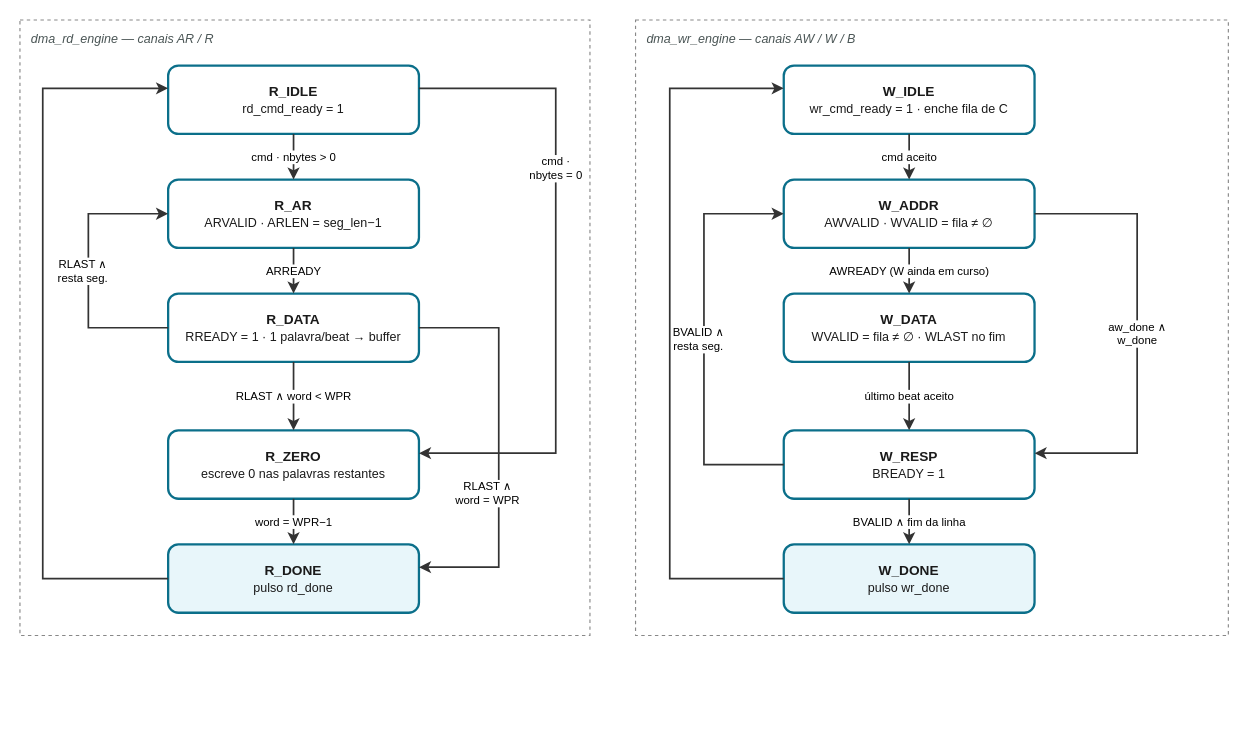
Before: docs/img/axi_rd_wr_fsm.drawio in jairsdev/rv32-dma, a draw.io diagram. Source tidied: cells renumbered, new cells numbered last; positions are measured from the earlier drawing's top-left corner, leaving out a move shared by most shapes. Both pictures are drawn from the tidied source at 114%, with x=0, y=0 at pixel (19, 19).
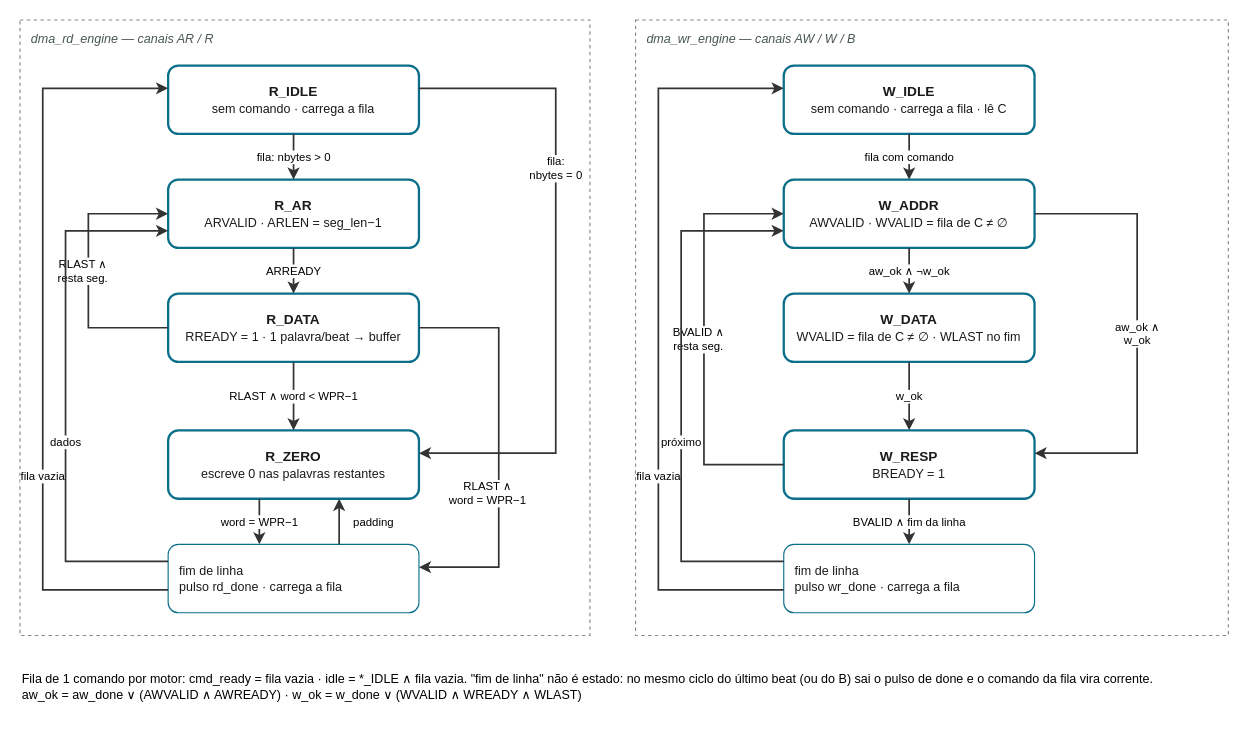
The same page after the edit.

Unchanged cells that the change refers to:
```xml
<mxCell id="5" value="R_AR&lt;br&gt;&lt;span style='font-weight:normal;font-size:11px'&gt;ARVALID · ARLEN = seg_len−1&lt;/span&gt;" style="whiteSpace=wrap;html=1;fontSize=12;fontStyle=1;rounded=1;fillColor=#FFFFFF;strokeColor=#0B6F8A;strokeWidth=2;fontColor=#1A1A1A;" parent="1" vertex="1">
  <mxGeometry x="130" y="140" width="220" height="60" as="geometry" />
</mxCell>
<mxCell id="6" value="R_DATA&lt;br&gt;&lt;span style='font-weight:normal;font-size:11px'&gt;RREADY = 1 · 1 palavra/beat → buffer&lt;/span&gt;" style="whiteSpace=wrap;html=1;fontSize=12;fontStyle=1;rounded=1;fillColor=#FFFFFF;strokeColor=#0B6F8A;strokeWidth=2;fontColor=#1A1A1A;" parent="1" vertex="1">
  <mxGeometry x="130" y="240" width="220" height="60" as="geometry" />
</mxCell>
<mxCell id="7" value="R_ZERO&lt;br&gt;&lt;span style='font-weight:normal;font-size:11px'&gt;escreve 0 nas palavras restantes&lt;/span&gt;" style="whiteSpace=wrap;html=1;fontSize=12;fontStyle=1;rounded=1;fillColor=#FFFFFF;strokeColor=#0B6F8A;strokeWidth=2;fontColor=#1A1A1A;" parent="1" vertex="1">
  <mxGeometry x="130" y="360" width="220" height="60" as="geometry" />
</mxCell>
<mxCell id="20" value="W_RESP&lt;br&gt;&lt;span style='font-weight:normal;font-size:11px'&gt;BREADY = 1&lt;/span&gt;" style="whiteSpace=wrap;html=1;fontSize=12;fontStyle=1;rounded=1;fillColor=#FFFFFF;strokeColor=#0B6F8A;strokeWidth=2;fontColor=#1A1A1A;" parent="1" vertex="1">
  <mxGeometry x="670" y="360" width="220" height="60" as="geometry" />
</mxCell>
```

The edit, as a diff of the source:
```diff
@@
-    <mxCell id="4" value="R_IDLE&lt;br&gt;&lt;span style='font-weight:normal;font-size:11px'&gt;rd_cmd_ready = 1&lt;/span&gt;" style="whiteSpace=wrap;html=1;fontSize=12;fontStyle=1;rounded=1;fillColor=#FFFFFF;strokeColor=#0B6F8A;strokeWidth=2;fontColor=#1A1A1A;" parent="1" vertex="1">
+    <mxCell id="4" value="R_IDLE&lt;br&gt;&lt;span style='font-weight:normal;font-size:11px'&gt;sem comando · carrega a fila&lt;/span&gt;" style="whiteSpace=wrap;html=1;fontSize=12;fontStyle=1;rounded=1;fillColor=#FFFFFF;strokeColor=#0B6F8A;strokeWidth=2;fontColor=#1A1A1A;" parent="1" vertex="1">
       <mxGeometry x="130" y="40" width="220" height="60" as="geometry" />
     </mxCell>
@@
-    <mxCell id="8" value="R_DONE&lt;br&gt;&lt;span style='font-weight:normal;font-size:11px'&gt;pulso rd_done&lt;/span&gt;" style="whiteSpace=wrap;html=1;fontSize=12;fontStyle=1;rounded=1;fillColor=#E8F6FA;strokeColor=#0B6F8A;strokeWidth=2;fontColor=#1A1A1A;" parent="1" vertex="1">
+    <mxCell id="8" value="fim de linha&lt;br&gt;&lt;span style='font-weight:normal;font-size:11px'&gt;pulso rd_done · carrega a fila&lt;/span&gt;" style="rounded=1;whiteSpace=wrap;html=1;fontSize=11;fillColor=#FFFFFF;strokeColor=#0B6F8A;fontColor=#1A1A1A;align=left;spacingLeft=8;" parent="1" vertex="1">
       <mxGeometry x="130" y="460" width="220" height="60" as="geometry" />
     </mxCell>
-    <mxCell id="9" value="cmd · nbytes &amp;gt; 0" style="edgeStyle=orthogonalEdgeStyle;rounded=0;html=1;fontSize=10;labelBackgroundColor=#FFFFFF;startArrow=classic;startFill=1;endArrow=classic;endFill=1;strokeWidth=2;strokeColor=#333333;strokeWidth=1.5;startArrow=none;strokeColor=#333333;exitX=0.5000;exitY=1.0000;exitDx=0;exitDy=0;entryX=0.5000;entryY=0.0000;entryDx=0;entryDy=0;" parent="1" edge="1" source="4" target="5">
+    <mxCell id="9" value="fila: nbytes &amp;gt; 0" style="edgeStyle=orthogonalEdgeStyle;rounded=0;html=1;fontSize=10;labelBackgroundColor=#FFFFFF;startArrow=classic;startFill=1;endArrow=classic;endFill=1;strokeWidth=2;strokeColor=#333333;strokeWidth=1.5;startArrow=none;strokeColor=#333333;exitX=0.5000;exitY=1.0000;exitDx=0;exitDy=0;entryX=0.5000;entryY=0.0000;entryDx=0;entryDy=0;" parent="1" edge="1" source="4" target="5">
       <mxGeometry relative="1" as="geometry" />
     </mxCell>
@@
-    <mxCell id="12" value="RLAST ∧ word &amp;lt; WPR" style="edgeStyle=orthogonalEdgeStyle;rounded=0;html=1;fontSize=10;labelBackgroundColor=#FFFFFF;startArrow=classic;startFill=1;endArrow=classic;endFill=1;strokeWidth=2;strokeColor=#333333;strokeWidth=1.5;startArrow=none;strokeColor=#333333;exitX=0.5000;exitY=1.0000;exitDx=0;exitDy=0;entryX=0.5000;entryY=0.0000;entryDx=0;entryDy=0;" parent="1" edge="1" source="6" target="7">
+    <mxCell id="12" value="RLAST ∧ word &amp;lt; WPR−1" style="edgeStyle=orthogonalEdgeStyle;rounded=0;html=1;fontSize=10;labelBackgroundColor=#FFFFFF;startArrow=classic;startFill=1;endArrow=classic;endFill=1;strokeWidth=2;strokeColor=#333333;strokeWidth=1.5;startArrow=none;strokeColor=#333333;exitX=0.5000;exitY=1.0000;exitDx=0;exitDy=0;entryX=0.5000;entryY=0.0000;entryDx=0;entryDy=0;" parent="1" edge="1" source="6" target="7">
       <mxGeometry relative="1" as="geometry" />
     </mxCell>
-    <mxCell id="13" value="RLAST ∧&lt;br&gt;word = WPR" style="edgeStyle=orthogonalEdgeStyle;rounded=0;html=1;fontSize=10;labelBackgroundColor=#FFFFFF;startArrow=classic;startFill=1;endArrow=classic;endFill=1;strokeWidth=2;strokeColor=#333333;strokeWidth=1.5;startArrow=none;strokeColor=#333333;exitX=1.0000;exitY=0.5000;exitDx=0;exitDy=0;entryX=1.0000;entryY=0.3333;entryDx=0;entryDy=0;" parent="1" edge="1" source="6" target="8">
+    <mxCell id="13" value="RLAST ∧&lt;br&gt;word = WPR−1" style="edgeStyle=orthogonalEdgeStyle;rounded=0;html=1;fontSize=10;labelBackgroundColor=#FFFFFF;startArrow=classic;startFill=1;endArrow=classic;endFill=1;strokeWidth=2;strokeColor=#333333;strokeWidth=1.5;startArrow=none;strokeColor=#333333;exitX=1.0000;exitY=0.5000;exitDx=0;exitDy=0;entryX=1.0000;entryY=0.3333;entryDx=0;entryDy=0;" parent="1" edge="1" source="6" target="8">
       <mxGeometry relative="1" as="geometry">
         <Array as="points">
           <mxPoint x="420" y="270" />
           <mxPoint x="420" y="480" />
         </Array>
         <mxPoint x="-10" y="40" as="offset" />
       </mxGeometry>
     </mxCell>
-    <mxCell id="14" value="cmd ·&lt;br&gt;nbytes = 0" style="edgeStyle=orthogonalEdgeStyle;rounded=0;html=1;fontSize=10;labelBackgroundColor=#FFFFFF;startArrow=classic;startFill=1;endArrow=classic;endFill=1;strokeWidth=2;strokeColor=#333333;strokeWidth=1.5;startArrow=none;strokeColor=#333333;exitX=1.0000;exitY=0.3333;exitDx=0;exitDy=0;entryX=1.0000;entryY=0.3333;entryDx=0;entryDy=0;" parent="1" edge="1" source="4" target="7">
+    <mxCell id="14" value="fila:&lt;br&gt;nbytes = 0" style="edgeStyle=orthogonalEdgeStyle;rounded=0;html=1;fontSize=10;labelBackgroundColor=#FFFFFF;startArrow=classic;startFill=1;endArrow=classic;endFill=1;strokeWidth=2;strokeColor=#333333;strokeWidth=1.5;startArrow=none;strokeColor=#333333;exitX=1.0000;exitY=0.3333;exitDx=0;exitDy=0;entryX=1.0000;entryY=0.3333;entryDx=0;entryDy=0;" parent="1" edge="1" source="4" target="7">
       <mxGeometry relative="1" as="geometry">
         <Array as="points">
           <mxPoint x="470" y="60" />
           <mxPoint x="470" y="380" />
         </Array>
         <mxPoint y="-90" as="offset" />
       </mxGeometry>
     </mxCell>
-    <mxCell id="15" value="word = WPR−1" style="edgeStyle=orthogonalEdgeStyle;rounded=0;html=1;fontSize=10;labelBackgroundColor=#FFFFFF;startArrow=classic;startFill=1;endArrow=classic;endFill=1;strokeWidth=2;strokeColor=#333333;strokeWidth=1.5;startArrow=none;strokeColor=#333333;exitX=0.5000;exitY=1.0000;exitDx=0;exitDy=0;entryX=0.5000;entryY=0.0000;entryDx=0;entryDy=0;" parent="1" edge="1" source="7" target="8">
+    <mxCell id="15" value="word = WPR−1" style="edgeStyle=orthogonalEdgeStyle;rounded=0;html=1;fontSize=10;labelBackgroundColor=#FFFFFF;startArrow=classic;startFill=1;endArrow=classic;endFill=1;strokeWidth=2;strokeColor=#333333;strokeWidth=1.5;startArrow=none;strokeColor=#333333;exitX=0.3636;exitY=1.0000;exitDx=0;exitDy=0;entryX=0.3636;entryY=0.0000;entryDx=0;entryDy=0;" parent="1" edge="1" source="7" target="8">
       <mxGeometry relative="1" as="geometry" />
     </mxCell>
-    <mxCell id="16" style="edgeStyle=orthogonalEdgeStyle;rounded=0;html=1;fontSize=10;labelBackgroundColor=#FFFFFF;startArrow=classic;startFill=1;endArrow=classic;endFill=1;strokeWidth=2;strokeColor=#333333;strokeWidth=1.5;startArrow=none;strokeColor=#333333;exitX=0.0000;exitY=0.5000;exitDx=0;exitDy=0;entryX=0.0000;entryY=0.3333;entryDx=0;entryDy=0;" parent="1" edge="1" source="8" target="4">
+    <mxCell id="16" value="fila vazia" style="edgeStyle=orthogonalEdgeStyle;rounded=0;html=1;fontSize=10;labelBackgroundColor=#FFFFFF;startArrow=classic;startFill=1;endArrow=classic;endFill=1;strokeWidth=2;strokeColor=#333333;strokeWidth=1.5;startArrow=none;strokeColor=#333333;exitX=0.0000;exitY=0.6667;exitDx=0;exitDy=0;entryX=0.0000;entryY=0.3333;entryDx=0;entryDy=0;" parent="1" edge="1" source="8" target="4">
       <mxGeometry relative="1" as="geometry">
         <Array as="points">
-          <mxPoint x="20" y="490" />
+          <mxPoint x="20" y="500" />
           <mxPoint x="20" y="60" />
         </Array>
+        <mxPoint y="120" as="offset" />
       </mxGeometry>
     </mxCell>
+    <mxCell id="29" value="dados" style="edgeStyle=orthogonalEdgeStyle;rounded=0;html=1;fontSize=10;labelBackgroundColor=#FFFFFF;startArrow=classic;startFill=1;endArrow=classic;endFill=1;strokeWidth=2;strokeColor=#333333;strokeWidth=1.5;startArrow=none;strokeColor=#333333;exitX=0.0000;exitY=0.2500;exitDx=0;exitDy=0;entryX=0.0000;entryY=0.7500;entryDx=0;entryDy=0;" parent="1" edge="1" source="8" target="5">
+      <mxGeometry relative="1" as="geometry">
+        <Array as="points">
+          <mxPoint x="40" y="475" />
+          <mxPoint x="40" y="185" />
+        </Array>
+        <mxPoint y="40" as="offset" />
+      </mxGeometry>
+    </mxCell>
+    <mxCell id="30" value="padding" style="edgeStyle=orthogonalEdgeStyle;rounded=0;html=1;fontSize=10;labelBackgroundColor=#FFFFFF;startArrow=classic;startFill=1;endArrow=classic;endFill=1;strokeWidth=2;strokeColor=#333333;strokeWidth=1.5;startArrow=none;strokeColor=#333333;exitX=0.6818;exitY=0.0000;exitDx=0;exitDy=0;entryX=0.6818;entryY=1.0000;entryDx=0;entryDy=0;" parent="1" edge="1" source="8" target="7">
+      <mxGeometry relative="1" as="geometry">
+        <mxPoint x="30" as="offset" />
+      </mxGeometry>
+    </mxCell>
-    <mxCell id="17" value="W_IDLE&lt;br&gt;&lt;span style='font-weight:normal;font-size:11px'&gt;wr_cmd_ready = 1 · enche fila de C&lt;/span&gt;" style="whiteSpace=wrap;html=1;fontSize=12;fontStyle=1;rounded=1;fillColor=#FFFFFF;strokeColor=#0B6F8A;strokeWidth=2;fontColor=#1A1A1A;" parent="1" vertex="1">
+    <mxCell id="17" value="W_IDLE&lt;br&gt;&lt;span style='font-weight:normal;font-size:11px'&gt;sem comando · carrega a fila · lê C&lt;/span&gt;" style="whiteSpace=wrap;html=1;fontSize=12;fontStyle=1;rounded=1;fillColor=#FFFFFF;strokeColor=#0B6F8A;strokeWidth=2;fontColor=#1A1A1A;" parent="1" vertex="1">
       <mxGeometry x="670" y="40" width="220" height="60" as="geometry" />
     </mxCell>
-    <mxCell id="18" value="W_ADDR&lt;br&gt;&lt;span style='font-weight:normal;font-size:11px'&gt;AWVALID · WVALID = fila ≠ ∅&lt;/span&gt;" style="whiteSpace=wrap;html=1;fontSize=12;fontStyle=1;rounded=1;fillColor=#FFFFFF;strokeColor=#0B6F8A;strokeWidth=2;fontColor=#1A1A1A;" parent="1" vertex="1">
+    <mxCell id="18" value="W_ADDR&lt;br&gt;&lt;span style='font-weight:normal;font-size:11px'&gt;AWVALID · WVALID = fila de C ≠ ∅&lt;/span&gt;" style="whiteSpace=wrap;html=1;fontSize=12;fontStyle=1;rounded=1;fillColor=#FFFFFF;strokeColor=#0B6F8A;strokeWidth=2;fontColor=#1A1A1A;" parent="1" vertex="1">
       <mxGeometry x="670" y="140" width="220" height="60" as="geometry" />
     </mxCell>
-    <mxCell id="19" value="W_DATA&lt;br&gt;&lt;span style='font-weight:normal;font-size:11px'&gt;WVALID = fila ≠ ∅ · WLAST no fim&lt;/span&gt;" style="whiteSpace=wrap;html=1;fontSize=12;fontStyle=1;rounded=1;fillColor=#FFFFFF;strokeColor=#0B6F8A;strokeWidth=2;fontColor=#1A1A1A;" parent="1" vertex="1">
+    <mxCell id="19" value="W_DATA&lt;br&gt;&lt;span style='font-weight:normal;font-size:11px'&gt;WVALID = fila de C ≠ ∅ · WLAST no fim&lt;/span&gt;" style="whiteSpace=wrap;html=1;fontSize=12;fontStyle=1;rounded=1;fillColor=#FFFFFF;strokeColor=#0B6F8A;strokeWidth=2;fontColor=#1A1A1A;" parent="1" vertex="1">
       <mxGeometry x="670" y="240" width="220" height="60" as="geometry" />
     </mxCell>
@@
-    <mxCell id="21" value="W_DONE&lt;br&gt;&lt;span style='font-weight:normal;font-size:11px'&gt;pulso wr_done&lt;/span&gt;" style="whiteSpace=wrap;html=1;fontSize=12;fontStyle=1;rounded=1;fillColor=#E8F6FA;strokeColor=#0B6F8A;strokeWidth=2;fontColor=#1A1A1A;" parent="1" vertex="1">
+    <mxCell id="21" value="fim de linha&lt;br&gt;&lt;span style='font-weight:normal;font-size:11px'&gt;pulso wr_done · carrega a fila&lt;/span&gt;" style="rounded=1;whiteSpace=wrap;html=1;fontSize=11;fillColor=#FFFFFF;strokeColor=#0B6F8A;fontColor=#1A1A1A;align=left;spacingLeft=8;" parent="1" vertex="1">
       <mxGeometry x="670" y="460" width="220" height="60" as="geometry" />
     </mxCell>
-    <mxCell id="22" value="cmd aceito" style="edgeStyle=orthogonalEdgeStyle;rounded=0;html=1;fontSize=10;labelBackgroundColor=#FFFFFF;startArrow=classic;startFill=1;endArrow=classic;endFill=1;strokeWidth=2;strokeColor=#333333;strokeWidth=1.5;startArrow=none;strokeColor=#333333;exitX=0.5000;exitY=1.0000;exitDx=0;exitDy=0;entryX=0.5000;entryY=0.0000;entryDx=0;entryDy=0;" parent="1" edge="1" source="17" target="18">
+    <mxCell id="22" value="fila com comando" style="edgeStyle=orthogonalEdgeStyle;rounded=0;html=1;fontSize=10;labelBackgroundColor=#FFFFFF;startArrow=classic;startFill=1;endArrow=classic;endFill=1;strokeWidth=2;strokeColor=#333333;strokeWidth=1.5;startArrow=none;strokeColor=#333333;exitX=0.5000;exitY=1.0000;exitDx=0;exitDy=0;entryX=0.5000;entryY=0.0000;entryDx=0;entryDy=0;" parent="1" edge="1" source="17" target="18">
       <mxGeometry relative="1" as="geometry" />
     </mxCell>
-    <mxCell id="23" value="AWREADY (W ainda em curso)" style="edgeStyle=orthogonalEdgeStyle;rounded=0;html=1;fontSize=10;labelBackgroundColor=#FFFFFF;startArrow=classic;startFill=1;endArrow=classic;endFill=1;strokeWidth=2;strokeColor=#333333;strokeWidth=1.5;startArrow=none;strokeColor=#333333;exitX=0.5000;exitY=1.0000;exitDx=0;exitDy=0;entryX=0.5000;entryY=0.0000;entryDx=0;entryDy=0;" parent="1" edge="1" source="18" target="19">
+    <mxCell id="23" value="aw_ok ∧ ¬w_ok" style="edgeStyle=orthogonalEdgeStyle;rounded=0;html=1;fontSize=10;labelBackgroundColor=#FFFFFF;startArrow=classic;startFill=1;endArrow=classic;endFill=1;strokeWidth=2;strokeColor=#333333;strokeWidth=1.5;startArrow=none;strokeColor=#333333;exitX=0.5000;exitY=1.0000;exitDx=0;exitDy=0;entryX=0.5000;entryY=0.0000;entryDx=0;entryDy=0;" parent="1" edge="1" source="18" target="19">
       <mxGeometry relative="1" as="geometry" />
     </mxCell>
-    <mxCell id="24" value="aw_done ∧&lt;br&gt;w_done" style="edgeStyle=orthogonalEdgeStyle;rounded=0;html=1;fontSize=10;labelBackgroundColor=#FFFFFF;startArrow=classic;startFill=1;endArrow=classic;endFill=1;strokeWidth=2;strokeColor=#333333;strokeWidth=1.5;startArrow=none;strokeColor=#333333;exitX=1.0000;exitY=0.5000;exitDx=0;exitDy=0;entryX=1.0000;entryY=0.3333;entryDx=0;entryDy=0;" parent="1" edge="1" source="18" target="20">
+    <mxCell id="24" value="aw_ok ∧&lt;br&gt;w_ok" style="edgeStyle=orthogonalEdgeStyle;rounded=0;html=1;fontSize=10;labelBackgroundColor=#FFFFFF;startArrow=classic;startFill=1;endArrow=classic;endFill=1;strokeWidth=2;strokeColor=#333333;strokeWidth=1.5;startArrow=none;strokeColor=#333333;exitX=1.0000;exitY=0.5000;exitDx=0;exitDy=0;entryX=1.0000;entryY=0.3333;entryDx=0;entryDy=0;" parent="1" edge="1" source="18" target="20">
       <mxGeometry relative="1" as="geometry">
         <Array as="points">
           <mxPoint x="980" y="170" />
           <mxPoint x="980" y="380" />
         </Array>
       </mxGeometry>
     </mxCell>
-    <mxCell id="25" value="último beat aceito" style="edgeStyle=orthogonalEdgeStyle;rounded=0;html=1;fontSize=10;labelBackgroundColor=#FFFFFF;startArrow=classic;startFill=1;endArrow=classic;endFill=1;strokeWidth=2;strokeColor=#333333;strokeWidth=1.5;startArrow=none;strokeColor=#333333;exitX=0.5000;exitY=1.0000;exitDx=0;exitDy=0;entryX=0.5000;entryY=0.0000;entryDx=0;entryDy=0;" parent="1" edge="1" source="19" target="20">
+    <mxCell id="25" value="w_ok" style="edgeStyle=orthogonalEdgeStyle;rounded=0;html=1;fontSize=10;labelBackgroundColor=#FFFFFF;startArrow=classic;startFill=1;endArrow=classic;endFill=1;strokeWidth=2;strokeColor=#333333;strokeWidth=1.5;startArrow=none;strokeColor=#333333;exitX=0.5000;exitY=1.0000;exitDx=0;exitDy=0;entryX=0.5000;entryY=0.0000;entryDx=0;entryDy=0;" parent="1" edge="1" source="19" target="20">
       <mxGeometry relative="1" as="geometry" />
     </mxCell>
@@
-    <mxCell id="28" style="edgeStyle=orthogonalEdgeStyle;rounded=0;html=1;fontSize=10;labelBackgroundColor=#FFFFFF;startArrow=classic;startFill=1;endArrow=classic;endFill=1;strokeWidth=2;strokeColor=#333333;strokeWidth=1.5;startArrow=none;strokeColor=#333333;exitX=0.0000;exitY=0.5000;exitDx=0;exitDy=0;entryX=0.0000;entryY=0.3333;entryDx=0;entryDy=0;" parent="1" edge="1" source="21" target="17">
+    <mxCell id="28" value="fila vazia" style="edgeStyle=orthogonalEdgeStyle;rounded=0;html=1;fontSize=10;labelBackgroundColor=#FFFFFF;startArrow=classic;startFill=1;endArrow=classic;endFill=1;strokeWidth=2;strokeColor=#333333;strokeWidth=1.5;startArrow=none;strokeColor=#333333;exitX=0.0000;exitY=0.6667;exitDx=0;exitDy=0;entryX=0.0000;entryY=0.3333;entryDx=0;entryDy=0;" parent="1" edge="1" source="21" target="17">
       <mxGeometry relative="1" as="geometry">
         <Array as="points">
-          <mxPoint x="570" y="490" />
-          <mxPoint x="570" y="60" />
+          <mxPoint x="560" y="500" />
+          <mxPoint x="560" y="60" />
         </Array>
+        <mxPoint y="120" as="offset" />
       </mxGeometry>
     </mxCell>
+    <mxCell id="31" value="próximo" style="edgeStyle=orthogonalEdgeStyle;rounded=0;html=1;fontSize=10;labelBackgroundColor=#FFFFFF;startArrow=classic;startFill=1;endArrow=classic;endFill=1;strokeWidth=2;strokeColor=#333333;strokeWidth=1.5;startArrow=none;strokeColor=#333333;exitX=0.0000;exitY=0.2500;exitDx=0;exitDy=0;entryX=0.0000;entryY=0.7500;entryDx=0;entryDy=0;" parent="1" edge="1" source="21" target="18">
+      <mxGeometry relative="1" as="geometry">
+        <Array as="points">
+          <mxPoint x="580" y="475" />
+          <mxPoint x="580" y="185" />
+        </Array>
+        <mxPoint y="40" as="offset" />
+      </mxGeometry>
+    </mxCell>
+    <mxCell id="32" value="Fila de 1 comando por motor: cmd_ready = fila vazia · idle = *_IDLE ∧ fila vazia. &quot;fim de linha&quot; não é estado: no mesmo ciclo do último beat (ou do B) sai o pulso de done e o comando da fila vira corrente.&lt;br&gt;aw_ok = aw_done ∨ (AWVALID ∧ AWREADY) · w_ok = w_done ∨ (WVALID ∧ WREADY ∧ WLAST)" style="text;html=1;strokeColor=none;fillColor=none;align=left;verticalAlign=middle;whiteSpace=wrap;fontSize=11;" parent="1" vertex="1">
+      <mxGeometry y="555" width="1060" height="60" as="geometry" />
+    </mxCell>
```
